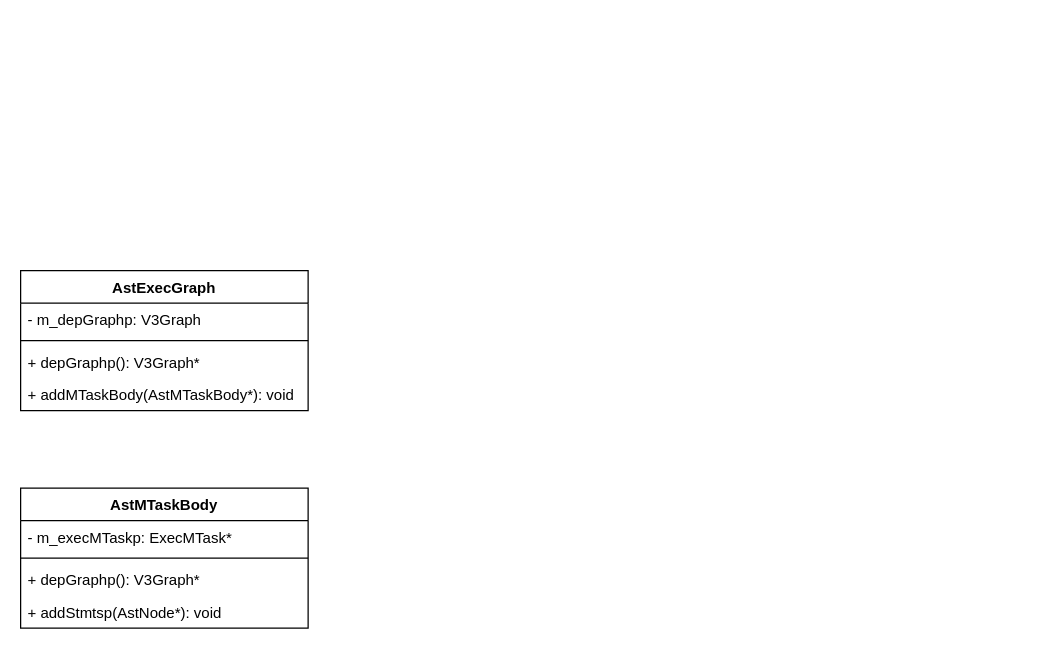
Dercury/CLDK keeps this draw.io diagram as verilator_digrams/MTaskGraph.drawio. Above is the earlier version. Source tidied: cells renumbered, new cells numbered last; positions are measured from the earlier drawing's top-left corner, leaving out a move shared by most shapes. Both pictures are drawn from the tidied source at 125%, with x=0, y=0 at pixel (20, 270).
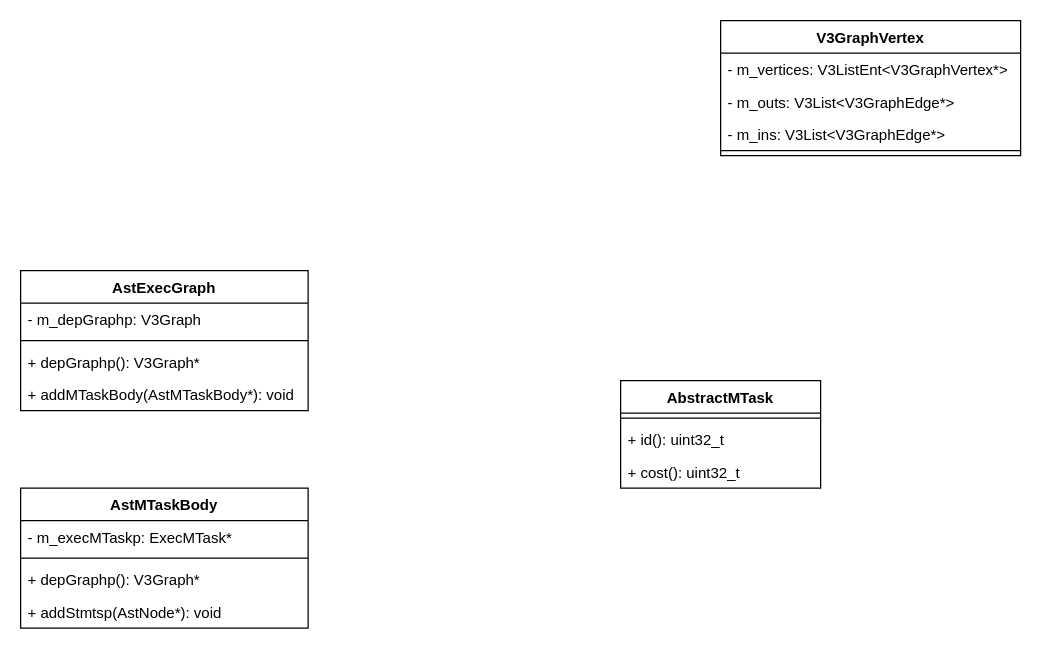
After the change.

The edit, as a diff of the source:
```diff
@@
+    <mxCell id="12" value="V3GraphVertex" style="swimlane;fontStyle=1;align=center;verticalAlign=top;horizontal=1;startSize=26;" parent="1" vertex="1">
+      <mxGeometry x="560" y="-200" width="240" height="108" as="geometry" />
+    </mxCell>
+    <mxCell id="13" value="- m_vertices: V3ListEnt&lt;V3GraphVertex*&gt;" style="text;strokeColor=none;fillColor=none;align=left;verticalAlign=top;spacingLeft=4;spacingRight=4;overflow=hidden;" parent="12" vertex="1">
+      <mxGeometry y="26" width="240" height="26" as="geometry" />
+    </mxCell>
+    <mxCell id="14" value="- m_outs: V3List&lt;V3GraphEdge*&gt;" style="text;strokeColor=none;fillColor=none;align=left;verticalAlign=top;spacingLeft=4;spacingRight=4;overflow=hidden;" parent="12" vertex="1">
+      <mxGeometry y="52" width="240" height="26" as="geometry" />
+    </mxCell>
+    <mxCell id="15" value="- m_ins: V3List&lt;V3GraphEdge*&gt;" style="text;strokeColor=none;fillColor=none;align=left;verticalAlign=top;spacingLeft=4;spacingRight=4;overflow=hidden;" parent="12" vertex="1">
+      <mxGeometry y="78" width="240" height="22" as="geometry" />
+    </mxCell>
+    <mxCell id="16" style="line;strokeWidth=1;fillColor=none;align=left;verticalAlign=middle;spacingTop=-1;spacingLeft=3;spacingRight=3;labelPosition=right;" parent="12" vertex="1">
+      <mxGeometry y="100" width="240" height="8" as="geometry" />
+    </mxCell>
+    <mxCell id="17" value="AbstractMTask" style="swimlane;fontStyle=1;align=center;verticalAlign=top;horizontal=1;startSize=26;" parent="1" vertex="1">
+      <mxGeometry x="480" y="88" width="160" height="86" as="geometry" />
+    </mxCell>
+    <mxCell id="18" style="line;strokeWidth=1;fillColor=none;align=left;verticalAlign=middle;spacingTop=-1;spacingLeft=3;spacingRight=3;labelPosition=right;" parent="17" vertex="1">
+      <mxGeometry y="26" width="160" height="8" as="geometry" />
+    </mxCell>
+    <mxCell id="19" value="+ id(): uint32_t" style="text;strokeColor=none;fillColor=none;align=left;verticalAlign=top;spacingLeft=4;spacingRight=4;overflow=hidden;" parent="17" vertex="1">
+      <mxGeometry y="34" width="160" height="26" as="geometry" />
+    </mxCell>
+    <mxCell id="20" value="+ cost(): uint32_t" style="text;strokeColor=none;fillColor=none;align=left;verticalAlign=top;spacingLeft=4;spacingRight=4;overflow=hidden;" parent="17" vertex="1">
+      <mxGeometry y="60" width="160" height="26" as="geometry" />
+    </mxCell>
```
